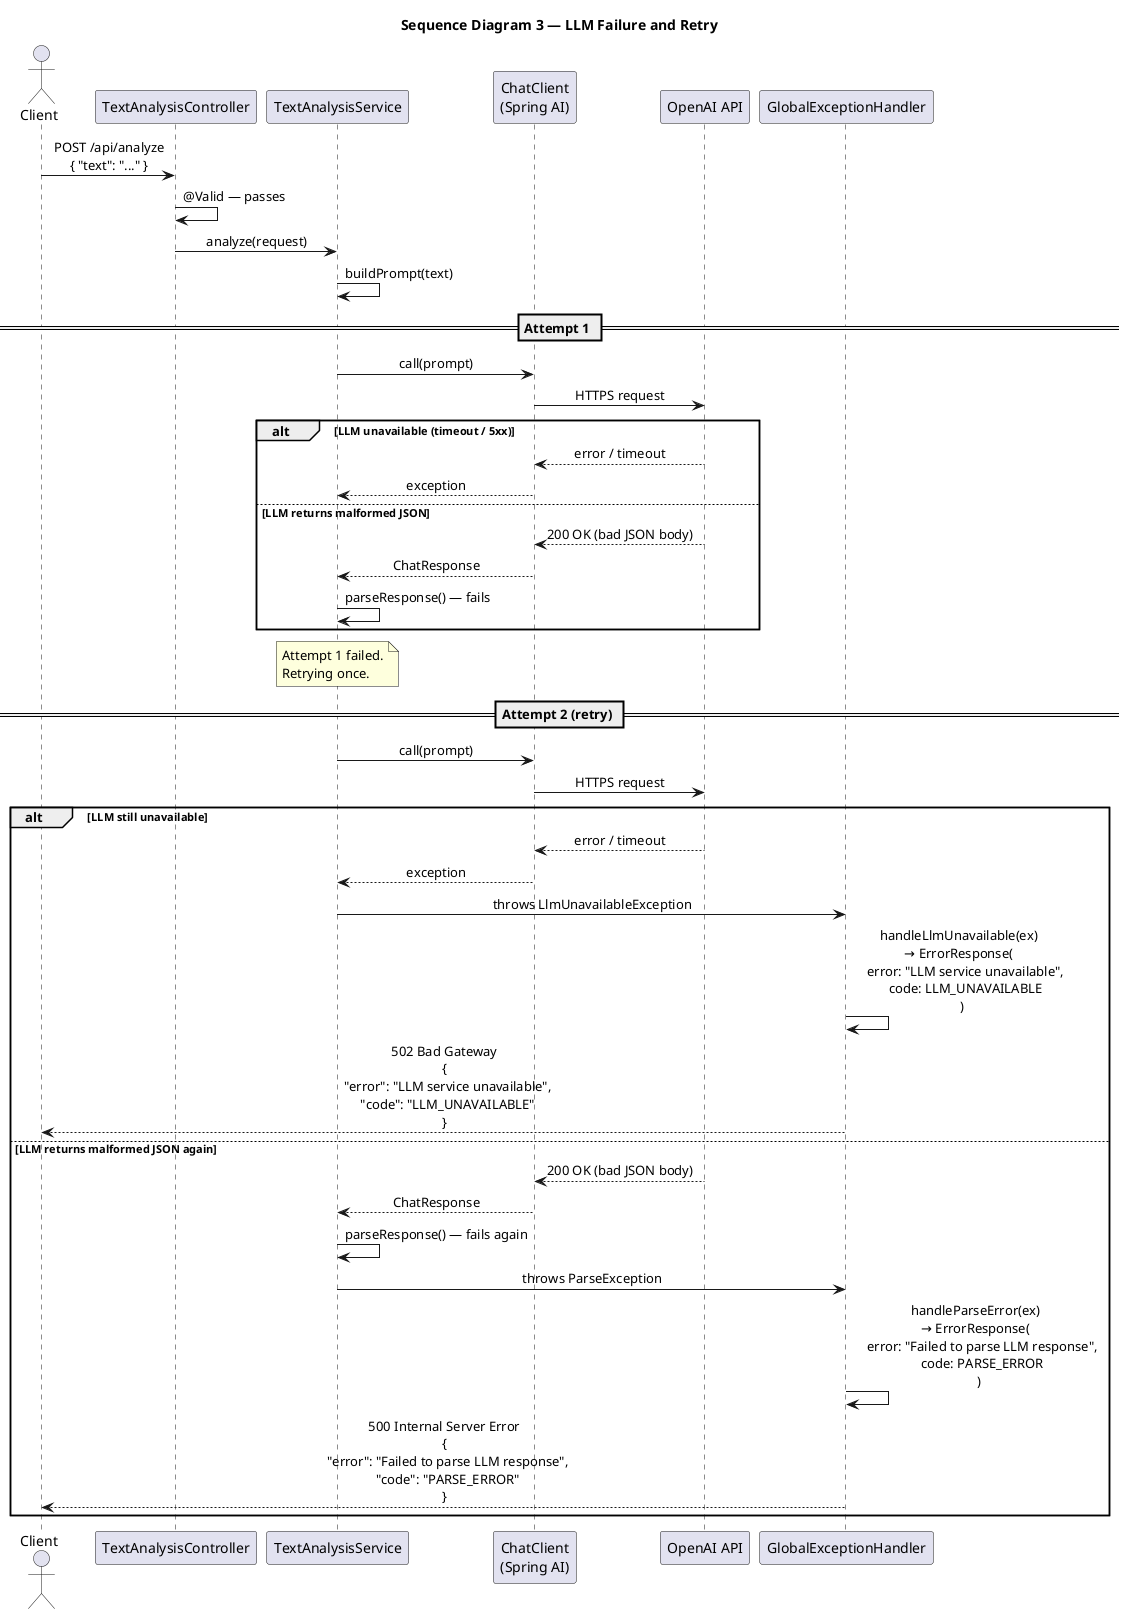
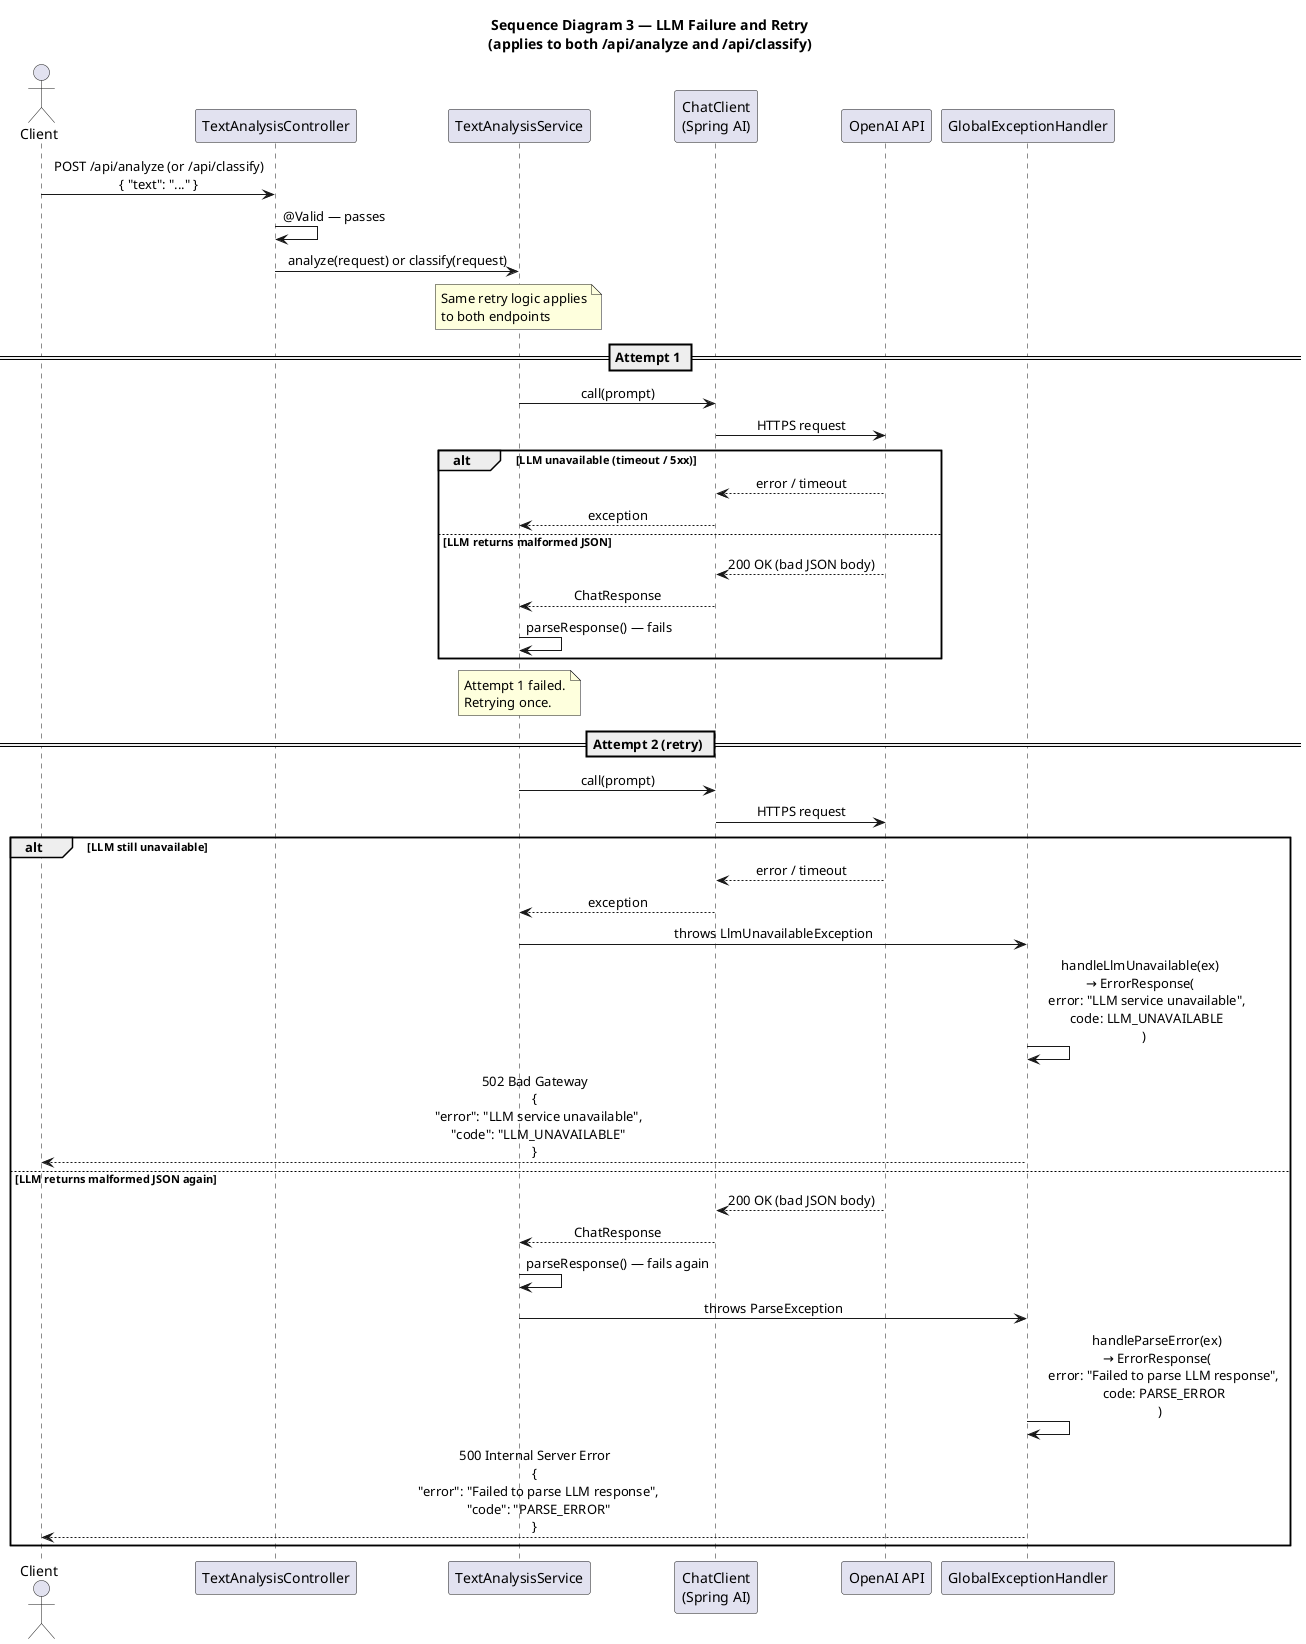
@startuml sequence-llm-failure

- title Sequence Diagram 3 — LLM Failure and Retry
+ title Sequence Diagram 3 — LLM Failure and Retry\n(applies to both /api/analyze and /api/classify)

skinparam sequenceMessageAlign center
skinparam responseMessageBelowArrow true

actor       Client
participant "TextAnalysisController" as Controller
participant "TextAnalysisService"    as Service
participant "ChatClient\n(Spring AI)" as ChatClient
participant "OpenAI API"             as OpenAI
participant "GlobalExceptionHandler" as Handler

- Client -> Controller : POST /api/analyze\n{ "text": "..." }
+ Client -> Controller : POST /api/analyze (or /api/classify)\n{ "text": "..." }

Controller -> Controller : @Valid — passes

- Controller -> Service : analyze(request)
+ Controller -> Service : analyze(request) or classify(request)

- Service -> Service : buildPrompt(text)
+ note over Service : Same retry logic applies\nto both endpoints

== Attempt 1 ==

Service -> ChatClient : call(prompt)
ChatClient -> OpenAI : HTTPS request

alt LLM unavailable (timeout / 5xx)

  OpenAI --> ChatClient : error / timeout
  ChatClient --> Service : exception

else LLM returns malformed JSON

  OpenAI --> ChatClient : 200 OK (bad JSON body)
  ChatClient --> Service : ChatResponse
  Service -> Service : parseResponse() — fails

end

note over Service : Attempt 1 failed.\nRetrying once.

== Attempt 2 (retry) ==

Service -> ChatClient : call(prompt)
ChatClient -> OpenAI : HTTPS request

alt LLM still unavailable

  OpenAI --> ChatClient : error / timeout
  ChatClient --> Service : exception
  Service -> Handler : throws LlmUnavailableException
  Handler -> Handler : handleLlmUnavailable(ex)\n→ ErrorResponse(\n    error: "LLM service unavailable",\n    code: LLM_UNAVAILABLE\n  )
  Handler --> Client : 502 Bad Gateway\n{\n  "error": "LLM service unavailable",\n  "code": "LLM_UNAVAILABLE"\n}

else LLM returns malformed JSON again

  OpenAI --> ChatClient : 200 OK (bad JSON body)
  ChatClient --> Service : ChatResponse
  Service -> Service : parseResponse() — fails again
  Service -> Handler : throws ParseException
  Handler -> Handler : handleParseError(ex)\n→ ErrorResponse(\n    error: "Failed to parse LLM response",\n    code: PARSE_ERROR\n  )
  Handler --> Client : 500 Internal Server Error\n{\n  "error": "Failed to parse LLM response",\n  "code": "PARSE_ERROR"\n}

end

@enduml
